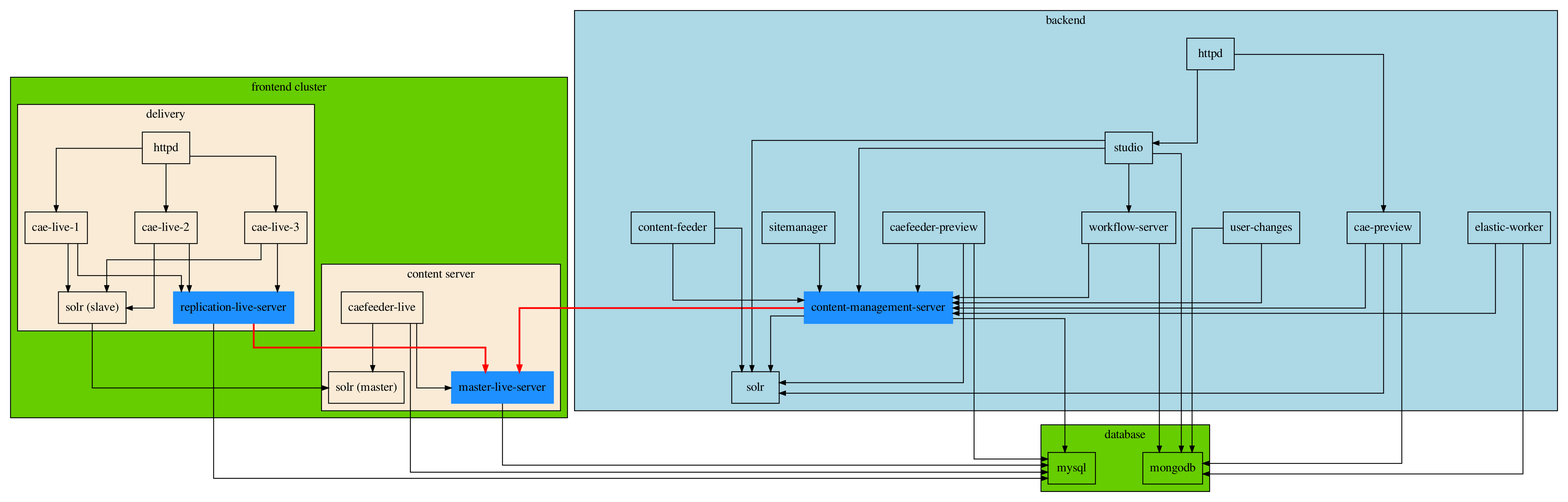
bodsch/coremedia-environment keeps this Graphviz diagram as setup.png. Above is the earlier version. Its source is kept beside it as setup.dot.
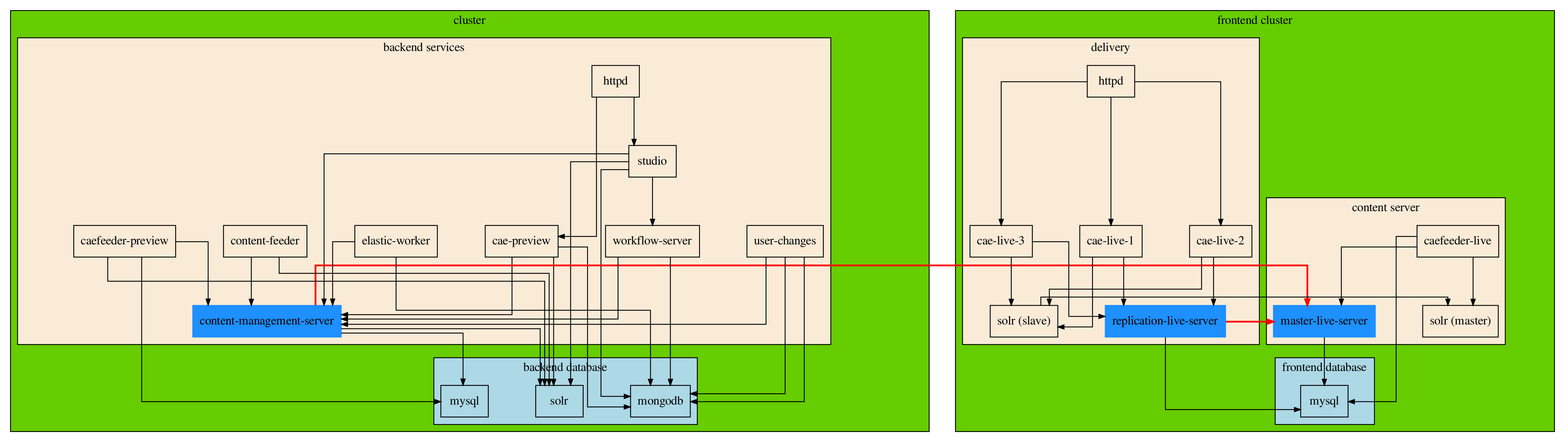
Later version of the same file.

Commit message:
update README and setup graphic

What changed in the source:
```diff
@@ -2,6 +2,7 @@
 digraph D {
 
   dpi = 196
+  newrank = true
 
   node [
     shape     = record
@@ -16,73 +17,76 @@
   ranksep  = 0.75;
   nodesep  = 0.75;
 
-  subgraph cluster_database {
-
-    bgcolor  = chartreuse3
-    label    = "database"
-
-    mysql         [ label = "mysql" ]
-    mongodb       [ label = "mongodb" ]
-  }
-
-
   subgraph cluster_backend {
 
-    label    = "backend"
-    bgcolor  = lightblue
+    label   = "cluster"
+    bgcolor = chartreuse3
 
-    httpd_be        [ label = "httpd" ]
-    cae_preview     [ label = "cae-preview" ]
-    studio          [ label = "studio" ]
-    solr_be         [ label = "solr" ]
+    subgraph cluster_backend_dba {
 
-    httpd_be        -> cae_preview
-    httpd_be        -> studio
+      label    = "backend database"
+      bgcolor  = lightblue
 
-    cae_preview     -> solr_be
-    cae_preview     -> mongodb
-    cae_preview     -> cms
+      mysql_be        [ label = "mysql" ]
+      mongodb         [ label = "mongodb" ]
+      solr_be         [ label = "solr" ]
+    }
 
-    content_feeder  -> cms
-    content_feeder  -> solr_be
+    subgraph cluster_backend_server {
 
-    cms             [ label = "content-management-server" color = "dodgerblue" style = filled ]
-    content_feeder  [ label = "content-feeder" ]
-    user_changes    [ label = "user-changes" ]
-    elastic_worker  [ label = "elastic-worker" ]
-    sitemanager     [ label = "sitemanager" ]
-    feeder_preview  [ label = "caefeeder-preview" ]
+      label    = "backend services"
+      bgcolor  = antiquewhite
 
-    workflow_server [ label = "workflow-server" ]
+      httpd_be        [ label = "httpd" ]
+      cae_preview     [ label = "cae-preview" ]
+      studio          [ label = "studio" ]
+      cms             [ label = "content-management-server" color = "dodgerblue" style = filled ]
+      content_feeder  [ label = "content-feeder" ]
+      user_changes    [ label = "user-changes" ]
+      elastic_worker  [ label = "elastic-worker" ]
+      feeder_preview  [ label = "caefeeder-preview" ]
+      workflow_server [ label = "workflow-server" ]
 
-    studio          -> workflow_server
-    studio          -> solr_be
-    studio          -> cms
-    studio          -> mongodb
+      httpd_be        -> cae_preview
+      httpd_be        -> studio
+      cae_preview     -> cms
+      content_feeder  -> cms
+      studio          -> workflow_server
+      studio          -> cms
+      workflow_server -> cms
+      feeder_preview  -> cms
+      elastic_worker  -> cms
+      user_changes    -> cms
 
-    cms             -> solr_be
-    workflow_server -> cms
-    workflow_server -> mongodb
-
-    feeder_preview  -> solr_be
-    feeder_preview  -> cms
-
-    elastic_worker  -> cms
-    elastic_worker  -> mongodb
-
-    user_changes    -> cms
-    user_changes    -> mongodb
-
-    sitemanager     -> cms
-
-    cms             -> mysql
-    feeder_preview  -> mysql
+      user_changes    -> mongodb
+      cae_preview     -> mongodb
+      studio          -> mongodb
+      workflow_server -> mongodb
+      elastic_worker  -> mongodb
+      user_changes    -> mongodb
+      cms             -> mysql_be
+      feeder_preview  -> mysql_be
+      cae_preview     -> solr_be
+      content_feeder  -> solr_be
+      studio          -> solr_be
+      cms             -> solr_be
+      feeder_preview  -> solr_be
+    }
   }
 
   subgraph cluster_frontend {
 
     label   = "frontend cluster"
     bgcolor = chartreuse3
+
+
+    subgraph cluster_database_fe {
+
+      label    = "frontend database"
+      bgcolor  = lightblue
+
+      mysql_fe         [ label = "mysql" ]
+    }
 
     subgraph cluster_content_server {
 
@@ -93,15 +97,14 @@
       feeder_live [ label = "caefeeder-live" ]
       solr_fe     [ label = "solr (master)" ]
 
-
       feeder_live     -> solr_fe
       feeder_live     -> mls
-      feeder_live     -> mysql
-      mls             -> mysql
+      feeder_live     -> mysql_fe
+      mls             -> mysql_fe
 
-      cms             -> mls [ penwidth = 2, color = "red" ]
+      cms             -> mls [ penwidth = 2, color = "red"]
+
     }
-
 
     subgraph cluster_delivery {
 
@@ -120,7 +123,7 @@
       httpd_fe  -> cae2
       httpd_fe  -> cae3
 
-      solr_fe_slave -> solr_fe
+      solr_fe_slave -> solr_fe [ constraint = false ]
 
       cae1      -> rls
       cae1      -> solr_fe_slave
@@ -131,8 +134,16 @@
       cae3      -> rls
       cae3      -> solr_fe_slave
 
-      rls       -> mysql
+      rls       -> mysql_fe
       rls       -> mls [ penwidth = 2, color = "red" ]
     }
   }
+
+
+  { rank = same; mysql_be; mongodb; solr_be }
+  { rank = same; cms; mls; rls; }
+  { rank = same; httpd_fe; httpd_be; }
+  { rank = same; solr_fe; solr_fe_slave; }
+  { rank = same; cae_preview; cae1; cae2; cae3; }
+  { rank = same; feeder_live; feeder_preview; content_feeder }
 }
```
